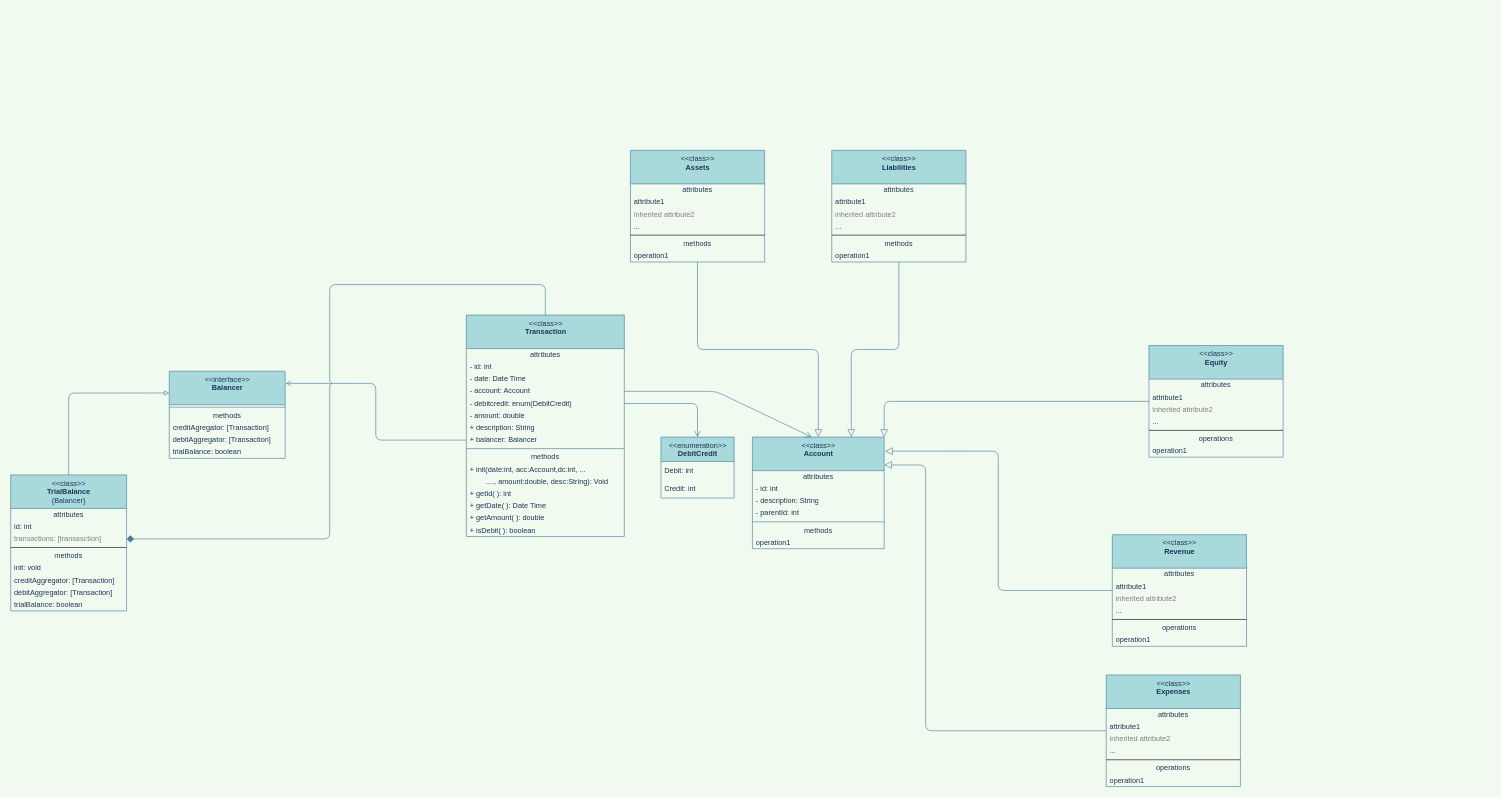
Above: page "Class Main" (2 of 2) of Docs/acc.drawio in m00racle/Pos-Project (draw.io), before the change. Source tidied: cells renumbered, new cells numbered last; positions are measured from the earlier drawing's top-left corner, leaving out a move shared by most shapes. Both pictures are drawn from the tidied source at 61%, with x=0, y=0 at pixel (10, 150).
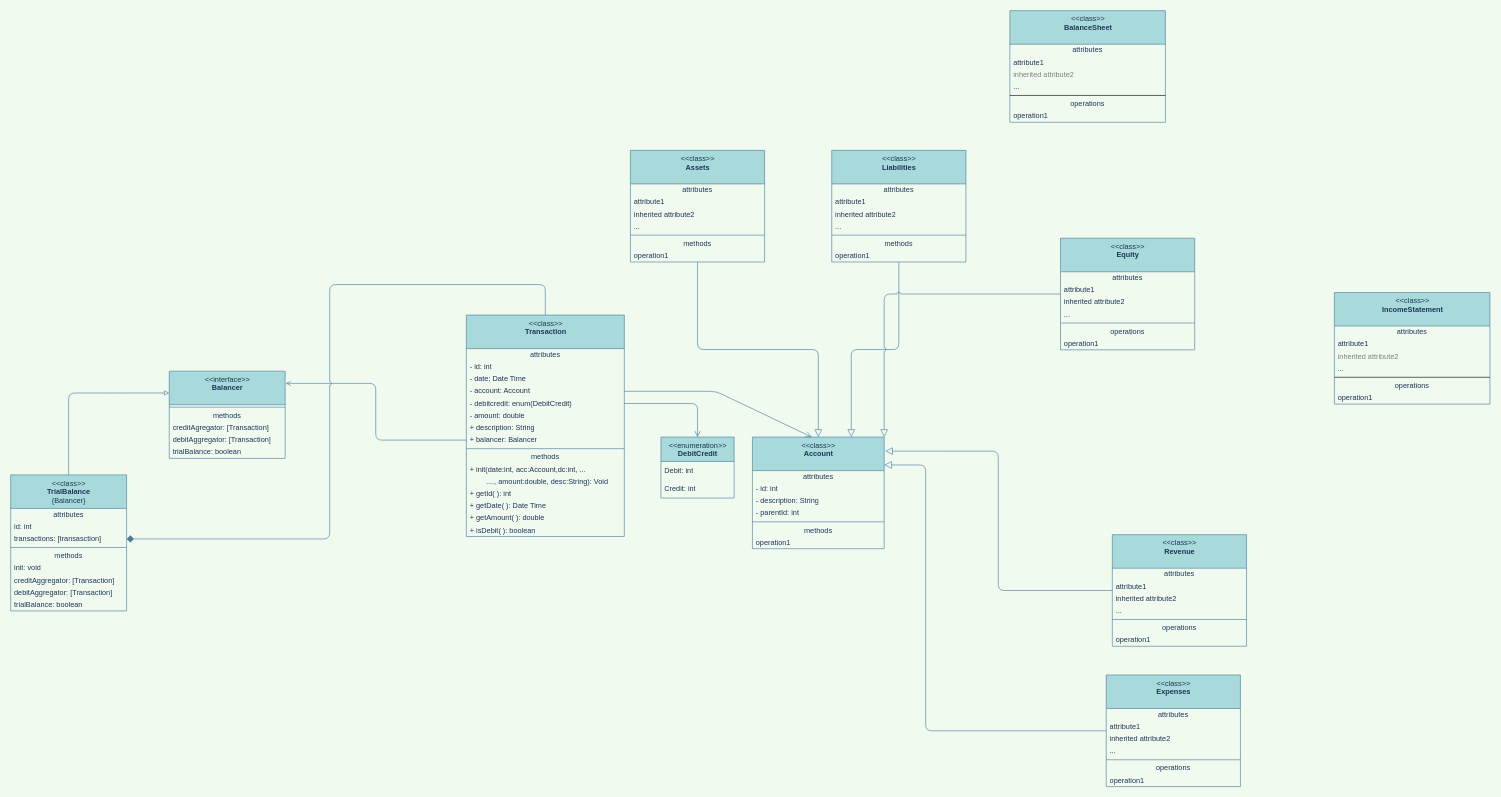
The same diagram, later.

Commit message:
add balance sheet and income statement class

This is still in consideration.
I think if the class can be the methods in one class say summarize or
reporting I think it will be better there.

The change refers to these unchanged cells:
```xml
<mxCell id="2" value="&amp;lt;&amp;lt;class&amp;gt;&amp;gt;&lt;br&gt;&lt;b&gt;Transaction&lt;/b&gt;&lt;br&gt;" style="swimlane;fontStyle=0;align=center;verticalAlign=top;horizontal=1;startSize=55;html=1;rounded=0;sketch=0;fontColor=#1D3557;strokeColor=#457B9D;fillColor=#A8DADC;" parent="1" vertex="1">
  <mxGeometry x="747" y="270" width="259" height="363" as="geometry" />
</mxCell>
<mxCell id="19" value="&amp;lt;&amp;lt;class&amp;gt;&amp;gt;&lt;br&gt;&lt;b&gt;Account&lt;/b&gt;&lt;br&gt;" style="swimlane;fontStyle=0;align=center;verticalAlign=top;horizontal=1;startSize=55;html=1;rounded=0;sketch=0;fontColor=#1D3557;strokeColor=#457B9D;fillColor=#A8DADC;" parent="1" vertex="1">
  <mxGeometry x="1216" y="470" width="216" height="183" as="geometry" />
</mxCell>
<mxCell id="32" value="&amp;lt;&amp;lt;interface&amp;gt;&amp;gt;&lt;br&gt;&lt;b&gt;Balancer&lt;/b&gt;&lt;br&gt;" style="swimlane;fontStyle=0;align=center;verticalAlign=top;horizontal=1;startSize=55;html=1;rounded=0;sketch=0;fontColor=#1D3557;strokeColor=#457B9D;fillColor=#A8DADC;" parent="1" vertex="1">
  <mxGeometry x="260" y="362" width="190" height="143" as="geometry" />
</mxCell>
<mxCell id="41" value="&amp;lt;&amp;lt;class&amp;gt;&amp;gt;&lt;br&gt;&lt;b&gt;TrialBalance&lt;br&gt;&lt;/b&gt;{Balancer}" style="swimlane;fontStyle=0;align=center;verticalAlign=top;horizontal=1;startSize=55;html=1;rounded=0;sketch=0;fontColor=#1D3557;strokeColor=#457B9D;fillColor=#A8DADC;" parent="1" vertex="1">
  <mxGeometry y="532" width="190" height="223" as="geometry" />
</mxCell>
<mxCell id="52" value="&amp;lt;&amp;lt;class&amp;gt;&amp;gt;&lt;br&gt;&lt;b&gt;Assets&lt;/b&gt;&lt;br&gt;" style="swimlane;fontStyle=0;align=center;verticalAlign=top;horizontal=1;startSize=55;html=1;rounded=0;sketch=0;fontColor=#1D3557;strokeColor=#457B9D;fillColor=#A8DADC;" parent="1" vertex="1">
  <mxGeometry x="1016" width="220" height="183" as="geometry" />
</mxCell>
<mxCell id="61" value="&amp;lt;&amp;lt;class&amp;gt;&amp;gt;&lt;br&gt;&lt;b&gt;Liabilities&lt;/b&gt;" style="swimlane;fontStyle=0;align=center;verticalAlign=top;horizontal=1;startSize=55;html=1;rounded=0;sketch=0;fontColor=#1D3557;strokeColor=#457B9D;fillColor=#A8DADC;" parent="1" vertex="1">
  <mxGeometry x="1346" width="220" height="183" as="geometry" />
</mxCell>
<mxCell id="79" value="&amp;lt;&amp;lt;class&amp;gt;&amp;gt;&lt;br&gt;&lt;b&gt;Revenue&lt;/b&gt;" style="swimlane;fontStyle=0;align=center;verticalAlign=top;horizontal=1;startSize=55;html=1;rounded=0;sketch=0;fontColor=#1D3557;strokeColor=#457B9D;fillColor=#A8DADC;" parent="1" vertex="1">
  <mxGeometry x="1806" y="630" width="220" height="183" as="geometry" />
</mxCell>
<mxCell id="88" value="&amp;lt;&amp;lt;class&amp;gt;&amp;gt;&lt;br&gt;&lt;b&gt;Expenses&lt;/b&gt;" style="swimlane;fontStyle=0;align=center;verticalAlign=top;horizontal=1;startSize=55;html=1;rounded=0;sketch=0;fontColor=#1D3557;strokeColor=#457B9D;fillColor=#A8DADC;" parent="1" vertex="1">
  <mxGeometry x="1796" y="860" width="220" height="183" as="geometry" />
</mxCell>
```

Change to the diagram source:
```diff
@@
-    <mxCell id="39" style="edgeStyle=orthogonalEdgeStyle;curved=0;rounded=1;sketch=0;jettySize=auto;html=1;entryX=0;entryY=0.25;entryDx=0;entryDy=0;fontColor=#1D3557;strokeColor=#457B9D;fillColor=#A8DADC;exitX=0.5;exitY=0;exitDx=0;exitDy=0;endArrow=block;endFill=0;" parent="1" edge="1" source="41" target="32">
+    <mxCell id="39" style="edgeStyle=orthogonalEdgeStyle;curved=0;rounded=1;sketch=0;jettySize=auto;html=1;entryX=0;entryY=0.25;entryDx=0;entryDy=0;fontColor=#1D3557;strokeColor=#457B9D;fillColor=#A8DADC;exitX=0.5;exitY=0;exitDx=0;exitDy=0;endArrow=block;endFill=0;labelBackgroundColor=#F1FAEE;" parent="1" edge="1" source="41" target="32">
       <mxGeometry relative="1" as="geometry" />
     </mxCell>
-    <mxCell id="40" style="edgeStyle=orthogonalEdgeStyle;curved=0;rounded=1;sketch=0;jettySize=auto;html=1;entryX=0.5;entryY=0;entryDx=0;entryDy=0;fontColor=#1D3557;endArrow=none;endFill=0;strokeColor=#457B9D;fillColor=#A8DADC;endSize=10;startArrow=diamond;startFill=1;startSize=10;sourcePerimeterSpacing=0;jumpStyle=arc;exitX=1;exitY=0.5;exitDx=0;exitDy=0;" parent="1" edge="1" source="44" target="2">
+    <mxCell id="40" style="edgeStyle=orthogonalEdgeStyle;curved=0;rounded=1;sketch=0;jettySize=auto;html=1;entryX=0.5;entryY=0;entryDx=0;entryDy=0;fontColor=#1D3557;endArrow=none;endFill=0;strokeColor=#457B9D;fillColor=#A8DADC;endSize=10;startArrow=diamond;startFill=1;startSize=10;sourcePerimeterSpacing=0;jumpStyle=arc;exitX=1;exitY=0.5;exitDx=0;exitDy=0;labelBackgroundColor=#F1FAEE;" parent="1" edge="1" source="44" target="2">
       <mxGeometry relative="1" as="geometry">
         <Array as="points">
           <mxPoint x="523" y="637" />
           <mxPoint x="523" y="220" />
           <mxPoint x="877" y="220" />
           <mxPoint x="877" y="270" />
         </Array>
       </mxGeometry>
     </mxCell>
@@
-    <mxCell id="44" value="transactions: [transasction]" style="text;html=1;strokeColor=none;fillColor=none;align=left;verticalAlign=middle;spacingLeft=4;spacingRight=4;overflow=hidden;points=[[0,0.5],[1,0.5]];portConstraint=eastwest;fontColor=#808080;rounded=0;sketch=0;" parent="41" vertex="1">
+    <mxCell id="44" value="transactions: [transasction]" style="text;html=1;strokeColor=none;fillColor=none;align=left;verticalAlign=middle;spacingLeft=4;spacingRight=4;overflow=hidden;points=[[0,0.5],[1,0.5]];portConstraint=eastwest;fontColor=#1D3557;rounded=0;sketch=0;" parent="41" vertex="1">
       <mxGeometry y="95" width="190" height="20" as="geometry" />
     </mxCell>
-    <mxCell id="45" style="line;strokeWidth=1;fillColor=none;align=left;verticalAlign=middle;spacingTop=-1;spacingLeft=3;spacingRight=3;labelPosition=right;rounded=0;sketch=0;fontColor=#1D3557;" parent="41" vertex="1">
+    <mxCell id="45" style="line;strokeWidth=1;fillColor=none;align=left;verticalAlign=middle;spacingTop=-1;spacingLeft=3;spacingRight=3;labelPosition=right;rounded=0;sketch=0;fontColor=#1D3557;labelBackgroundColor=#F1FAEE;strokeColor=#457B9D;" parent="41" vertex="1">
       <mxGeometry y="115" width="190" height="8" as="geometry" />
     </mxCell>
@@
-    <mxCell id="51" style="edgeStyle=orthogonalEdgeStyle;curved=0;rounded=1;sketch=0;jumpStyle=arc;jettySize=auto;html=1;entryX=0.5;entryY=0;entryDx=0;entryDy=0;fontColor=#1D3557;startArrow=none;startFill=0;endArrow=block;endFill=0;startSize=10;endSize=10;sourcePerimeterSpacing=0;strokeColor=#457B9D;fillColor=#A8DADC;" parent="1" edge="1" source="52" target="19">
+    <mxCell id="51" style="edgeStyle=orthogonalEdgeStyle;curved=0;rounded=1;sketch=0;jumpStyle=arc;jettySize=auto;html=1;entryX=0.5;entryY=0;entryDx=0;entryDy=0;fontColor=#1D3557;startArrow=none;startFill=0;endArrow=block;endFill=0;startSize=10;endSize=10;sourcePerimeterSpacing=0;strokeColor=#457B9D;fillColor=#A8DADC;labelBackgroundColor=#F1FAEE;" parent="1" edge="1" source="52" target="19">
       <mxGeometry relative="1" as="geometry" />
     </mxCell>
@@
-    <mxCell id="55" value="inherited attribute2" style="text;html=1;strokeColor=none;fillColor=none;align=left;verticalAlign=middle;spacingLeft=4;spacingRight=4;overflow=hidden;fontColor=#808080;rounded=0;sketch=0;" parent="52" vertex="1">
+    <mxCell id="55" value="inherited attribute2" style="text;html=1;strokeColor=none;fillColor=none;align=left;verticalAlign=middle;spacingLeft=4;spacingRight=4;overflow=hidden;fontColor=#1D3557;rounded=0;sketch=0;" parent="52" vertex="1">
       <mxGeometry y="95" width="220" height="20" as="geometry" />
     </mxCell>
@@
-    <mxCell id="57" style="line;strokeWidth=1;fillColor=none;align=left;verticalAlign=middle;spacingTop=-1;spacingLeft=3;spacingRight=3;labelPosition=right;rounded=0;sketch=0;fontColor=#1D3557;" parent="52" vertex="1">
+    <mxCell id="57" style="line;strokeWidth=1;fillColor=none;align=left;verticalAlign=middle;spacingTop=-1;spacingLeft=3;spacingRight=3;labelPosition=right;rounded=0;sketch=0;fontColor=#1D3557;labelBackgroundColor=#F1FAEE;strokeColor=#457B9D;" parent="52" vertex="1">
       <mxGeometry y="135" width="220" height="8" as="geometry" />
     </mxCell>
@@
-    <mxCell id="60" style="edgeStyle=orthogonalEdgeStyle;curved=0;rounded=1;sketch=0;jumpStyle=arc;jettySize=auto;html=1;entryX=0.75;entryY=0;entryDx=0;entryDy=0;fontColor=#1D3557;startArrow=none;startFill=0;endArrow=block;endFill=0;startSize=10;endSize=10;sourcePerimeterSpacing=0;strokeColor=#457B9D;fillColor=#A8DADC;" parent="1" edge="1" source="61" target="19">
+    <mxCell id="60" style="edgeStyle=orthogonalEdgeStyle;curved=0;rounded=1;sketch=0;jumpStyle=arc;jettySize=auto;html=1;entryX=0.75;entryY=0;entryDx=0;entryDy=0;fontColor=#1D3557;startArrow=none;startFill=0;endArrow=block;endFill=0;startSize=10;endSize=10;sourcePerimeterSpacing=0;strokeColor=#457B9D;fillColor=#A8DADC;labelBackgroundColor=#F1FAEE;" parent="1" edge="1" source="61" target="19">
       <mxGeometry relative="1" as="geometry" />
     </mxCell>
@@
-    <mxCell id="64" value="inherited attribute2" style="text;html=1;strokeColor=none;fillColor=none;align=left;verticalAlign=middle;spacingLeft=4;spacingRight=4;overflow=hidden;fontColor=#808080;rounded=0;sketch=0;" parent="61" vertex="1">
+    <mxCell id="64" value="inherited attribute2" style="text;html=1;strokeColor=none;fillColor=none;align=left;verticalAlign=middle;spacingLeft=4;spacingRight=4;overflow=hidden;fontColor=#1D3557;rounded=0;sketch=0;" parent="61" vertex="1">
       <mxGeometry y="95" width="220" height="20" as="geometry" />
     </mxCell>
@@
-    <mxCell id="66" style="line;strokeWidth=1;fillColor=none;align=left;verticalAlign=middle;spacingTop=-1;spacingLeft=3;spacingRight=3;labelPosition=right;rounded=0;sketch=0;fontColor=#1D3557;" parent="61" vertex="1">
+    <mxCell id="66" style="line;strokeWidth=1;fillColor=none;align=left;verticalAlign=middle;spacingTop=-1;spacingLeft=3;spacingRight=3;labelPosition=right;rounded=0;sketch=0;fontColor=#1D3557;labelBackgroundColor=#F1FAEE;strokeColor=#457B9D;" parent="61" vertex="1">
       <mxGeometry y="135" width="220" height="8" as="geometry" />
     </mxCell>
@@
-    <mxCell id="69" style="edgeStyle=orthogonalEdgeStyle;curved=0;rounded=1;sketch=0;jumpStyle=arc;jettySize=auto;html=1;entryX=1;entryY=0;entryDx=0;entryDy=0;fontColor=#1D3557;startArrow=none;startFill=0;endArrow=block;endFill=0;startSize=10;endSize=10;sourcePerimeterSpacing=0;strokeColor=#457B9D;fillColor=#A8DADC;" parent="1" edge="1" source="70" target="19">
+    <mxCell id="69" style="edgeStyle=orthogonalEdgeStyle;curved=0;rounded=1;sketch=0;jumpStyle=arc;jettySize=auto;html=1;entryX=1;entryY=0;entryDx=0;entryDy=0;fontColor=#1D3557;startArrow=none;startFill=0;endArrow=block;endFill=0;startSize=10;endSize=10;sourcePerimeterSpacing=0;strokeColor=#457B9D;fillColor=#A8DADC;labelBackgroundColor=#F1FAEE;" parent="1" edge="1" source="70" target="19">
       <mxGeometry relative="1" as="geometry" />
     </mxCell>
     <mxCell id="70" value="&amp;lt;&amp;lt;class&amp;gt;&amp;gt;&lt;br&gt;&lt;b&gt;Equity&lt;/b&gt;" style="swimlane;fontStyle=0;align=center;verticalAlign=top;horizontal=1;startSize=55;html=1;rounded=0;sketch=0;fontColor=#1D3557;strokeColor=#457B9D;fillColor=#A8DADC;" parent="1" vertex="1">
-      <mxGeometry x="1866" y="320" width="220" height="183" as="geometry" />
+      <mxGeometry x="1721" y="144" width="220" height="183" as="geometry" />
     </mxCell>
@@
-    <mxCell id="73" value="inherited attribute2" style="text;html=1;strokeColor=none;fillColor=none;align=left;verticalAlign=middle;spacingLeft=4;spacingRight=4;overflow=hidden;fontColor=#808080;rounded=0;sketch=0;" parent="70" vertex="1">
+    <mxCell id="73" value="inherited attribute2" style="text;html=1;strokeColor=none;fillColor=none;align=left;verticalAlign=middle;spacingLeft=4;spacingRight=4;overflow=hidden;fontColor=#1D3557;rounded=0;sketch=0;" parent="70" vertex="1">
       <mxGeometry y="95" width="220" height="20" as="geometry" />
     </mxCell>
@@
-    <mxCell id="75" style="line;strokeWidth=1;fillColor=none;align=left;verticalAlign=middle;spacingTop=-1;spacingLeft=3;spacingRight=3;labelPosition=right;rounded=0;sketch=0;fontColor=#1D3557;" parent="70" vertex="1">
+    <mxCell id="75" style="line;strokeWidth=1;fillColor=none;align=left;verticalAlign=middle;spacingTop=-1;spacingLeft=3;spacingRight=3;labelPosition=right;rounded=0;sketch=0;fontColor=#1D3557;labelBackgroundColor=#F1FAEE;strokeColor=#457B9D;" parent="70" vertex="1">
       <mxGeometry y="135" width="220" height="8" as="geometry" />
     </mxCell>
@@
-    <mxCell id="78" style="edgeStyle=orthogonalEdgeStyle;curved=0;rounded=1;sketch=0;jumpStyle=arc;jettySize=auto;html=1;entryX=1.007;entryY=0.126;entryDx=0;entryDy=0;entryPerimeter=0;fontColor=#1D3557;startArrow=none;startFill=0;endArrow=block;endFill=0;startSize=10;endSize=10;sourcePerimeterSpacing=0;strokeColor=#457B9D;fillColor=#A8DADC;" parent="1" edge="1" source="79" target="19">
+    <mxCell id="78" style="edgeStyle=orthogonalEdgeStyle;curved=0;rounded=1;sketch=0;jumpStyle=arc;jettySize=auto;html=1;entryX=1.007;entryY=0.126;entryDx=0;entryDy=0;entryPerimeter=0;fontColor=#1D3557;startArrow=none;startFill=0;endArrow=block;endFill=0;startSize=10;endSize=10;sourcePerimeterSpacing=0;strokeColor=#457B9D;fillColor=#A8DADC;labelBackgroundColor=#F1FAEE;" parent="1" edge="1" source="79" target="19">
       <mxGeometry relative="1" as="geometry" />
     </mxCell>
@@
-    <mxCell id="82" value="inherited attribute2" style="text;html=1;strokeColor=none;fillColor=none;align=left;verticalAlign=middle;spacingLeft=4;spacingRight=4;overflow=hidden;fontColor=#808080;rounded=0;sketch=0;" parent="79" vertex="1">
+    <mxCell id="82" value="inherited attribute2" style="text;html=1;strokeColor=none;fillColor=none;align=left;verticalAlign=middle;spacingLeft=4;spacingRight=4;overflow=hidden;fontColor=#1D3557;rounded=0;sketch=0;" parent="79" vertex="1">
       <mxGeometry y="95" width="220" height="20" as="geometry" />
     </mxCell>
@@
-    <mxCell id="84" style="line;strokeWidth=1;fillColor=none;align=left;verticalAlign=middle;spacingTop=-1;spacingLeft=3;spacingRight=3;labelPosition=right;rounded=0;sketch=0;fontColor=#1D3557;" parent="79" vertex="1">
+    <mxCell id="84" style="line;strokeWidth=1;fillColor=none;align=left;verticalAlign=middle;spacingTop=-1;spacingLeft=3;spacingRight=3;labelPosition=right;rounded=0;sketch=0;fontColor=#1D3557;labelBackgroundColor=#F1FAEE;strokeColor=#457B9D;" parent="79" vertex="1">
       <mxGeometry y="135" width="220" height="8" as="geometry" />
     </mxCell>
@@
-    <mxCell id="87" style="edgeStyle=orthogonalEdgeStyle;curved=0;rounded=1;sketch=0;jumpStyle=arc;jettySize=auto;html=1;entryX=1;entryY=0.25;entryDx=0;entryDy=0;fontColor=#1D3557;startArrow=none;startFill=0;endArrow=block;endFill=0;startSize=10;endSize=10;sourcePerimeterSpacing=0;strokeColor=#457B9D;fillColor=#A8DADC;" parent="1" edge="1" source="88" target="19">
+    <mxCell id="87" style="edgeStyle=orthogonalEdgeStyle;curved=0;rounded=1;sketch=0;jumpStyle=arc;jettySize=auto;html=1;entryX=1;entryY=0.25;entryDx=0;entryDy=0;fontColor=#1D3557;startArrow=none;startFill=0;endArrow=block;endFill=0;startSize=10;endSize=10;sourcePerimeterSpacing=0;strokeColor=#457B9D;fillColor=#A8DADC;labelBackgroundColor=#F1FAEE;" parent="1" edge="1" source="88" target="19">
       <mxGeometry relative="1" as="geometry">
         <Array as="points">
           <mxPoint x="1500" y="951" />
           <mxPoint x="1500" y="516" />
         </Array>
       </mxGeometry>
     </mxCell>
@@
-    <mxCell id="91" value="inherited attribute2" style="text;html=1;strokeColor=none;fillColor=none;align=left;verticalAlign=middle;spacingLeft=4;spacingRight=4;overflow=hidden;fontColor=#808080;rounded=0;sketch=0;" parent="88" vertex="1">
+    <mxCell id="91" value="inherited attribute2" style="text;html=1;strokeColor=none;fillColor=none;align=left;verticalAlign=middle;spacingLeft=4;spacingRight=4;overflow=hidden;fontColor=#1D3557;rounded=0;sketch=0;" parent="88" vertex="1">
       <mxGeometry y="95" width="220" height="20" as="geometry" />
     </mxCell>
@@
-    <mxCell id="93" style="line;strokeWidth=1;fillColor=none;align=left;verticalAlign=middle;spacingTop=-1;spacingLeft=3;spacingRight=3;labelPosition=right;rounded=0;sketch=0;fontColor=#1D3557;" parent="88" vertex="1">
+    <mxCell id="93" style="line;strokeWidth=1;fillColor=none;align=left;verticalAlign=middle;spacingTop=-1;spacingLeft=3;spacingRight=3;labelPosition=right;rounded=0;sketch=0;fontColor=#1D3557;labelBackgroundColor=#F1FAEE;strokeColor=#457B9D;" parent="88" vertex="1">
       <mxGeometry y="135" width="220" height="8" as="geometry" />
     </mxCell>
@@
+    <mxCell id="96" value="&amp;lt;&amp;lt;class&amp;gt;&amp;gt;&lt;br&gt;&lt;b&gt;BalanceSheet&lt;/b&gt;&lt;br&gt;" style="swimlane;fontStyle=0;align=center;verticalAlign=top;horizontal=1;startSize=55;html=1;rounded=0;sketch=0;fontColor=#1D3557;strokeColor=#457B9D;fillColor=#A8DADC;" parent="1" vertex="1">
+      <mxGeometry x="1638" y="-229" width="255" height="183" as="geometry" />
+    </mxCell>
+    <mxCell id="97" value="attributes" style="text;html=1;strokeColor=none;fillColor=none;align=center;verticalAlign=middle;spacingLeft=4;spacingRight=4;overflow=hidden;rounded=0;sketch=0;fontColor=#1D3557;" parent="96" vertex="1">
+      <mxGeometry y="55" width="255" height="20" as="geometry" />
+    </mxCell>
+    <mxCell id="98" value="attribute1" style="text;html=1;strokeColor=none;fillColor=none;align=left;verticalAlign=middle;spacingLeft=4;spacingRight=4;overflow=hidden;rounded=0;sketch=0;fontColor=#1D3557;" parent="96" vertex="1">
+      <mxGeometry y="75" width="255" height="20" as="geometry" />
+    </mxCell>
+    <mxCell id="99" value="inherited attribute2" style="text;html=1;strokeColor=none;fillColor=none;align=left;verticalAlign=middle;spacingLeft=4;spacingRight=4;overflow=hidden;fontColor=#808080;rounded=0;sketch=0;" parent="96" vertex="1">
+      <mxGeometry y="95" width="255" height="20" as="geometry" />
+    </mxCell>
+    <mxCell id="100" value="..." style="text;html=1;strokeColor=none;fillColor=none;align=left;verticalAlign=middle;spacingLeft=4;spacingRight=4;overflow=hidden;rounded=0;sketch=0;fontColor=#1D3557;" parent="96" vertex="1">
+      <mxGeometry y="115" width="255" height="20" as="geometry" />
+    </mxCell>
+    <mxCell id="101" style="line;strokeWidth=1;fillColor=none;align=left;verticalAlign=middle;spacingTop=-1;spacingLeft=3;spacingRight=3;labelPosition=right;rounded=0;sketch=0;fontColor=#1D3557;" parent="96" vertex="1">
+      <mxGeometry y="135" width="255" height="8" as="geometry" />
+    </mxCell>
+    <mxCell id="102" value="operations" style="text;html=1;strokeColor=none;fillColor=none;align=center;verticalAlign=middle;spacingLeft=4;spacingRight=4;overflow=hidden;rounded=0;sketch=0;fontColor=#1D3557;" parent="96" vertex="1">
+      <mxGeometry y="143" width="255" height="20" as="geometry" />
+    </mxCell>
+    <mxCell id="103" value="operation1" style="text;html=1;strokeColor=none;fillColor=none;align=left;verticalAlign=middle;spacingLeft=4;spacingRight=4;overflow=hidden;rounded=0;sketch=0;fontColor=#1D3557;" parent="96" vertex="1">
+      <mxGeometry y="163" width="255" height="20" as="geometry" />
+    </mxCell>
+    <mxCell id="104" value="&amp;lt;&amp;lt;class&amp;gt;&amp;gt;&lt;br&gt;&lt;b&gt;IncomeStatement&lt;/b&gt;" style="swimlane;fontStyle=0;align=center;verticalAlign=top;horizontal=1;startSize=55;html=1;rounded=0;sketch=0;fontColor=#1D3557;strokeColor=#457B9D;fillColor=#A8DADC;" parent="1" vertex="1">
+      <mxGeometry x="2170" y="233" width="255" height="183" as="geometry" />
+    </mxCell>
+    <mxCell id="105" value="attributes" style="text;html=1;strokeColor=none;fillColor=none;align=center;verticalAlign=middle;spacingLeft=4;spacingRight=4;overflow=hidden;rounded=0;sketch=0;fontColor=#1D3557;" parent="104" vertex="1">
+      <mxGeometry y="55" width="255" height="20" as="geometry" />
+    </mxCell>
+    <mxCell id="106" value="attribute1" style="text;html=1;strokeColor=none;fillColor=none;align=left;verticalAlign=middle;spacingLeft=4;spacingRight=4;overflow=hidden;rounded=0;sketch=0;fontColor=#1D3557;" parent="104" vertex="1">
+      <mxGeometry y="75" width="255" height="20" as="geometry" />
+    </mxCell>
+    <mxCell id="107" value="inherited attribute2" style="text;html=1;strokeColor=none;fillColor=none;align=left;verticalAlign=middle;spacingLeft=4;spacingRight=4;overflow=hidden;fontColor=#808080;rounded=0;sketch=0;" parent="104" vertex="1">
+      <mxGeometry y="95" width="255" height="20" as="geometry" />
+    </mxCell>
+    <mxCell id="108" value="..." style="text;html=1;strokeColor=none;fillColor=none;align=left;verticalAlign=middle;spacingLeft=4;spacingRight=4;overflow=hidden;rounded=0;sketch=0;fontColor=#1D3557;" parent="104" vertex="1">
+      <mxGeometry y="115" width="255" height="20" as="geometry" />
+    </mxCell>
+    <mxCell id="109" style="line;strokeWidth=1;fillColor=none;align=left;verticalAlign=middle;spacingTop=-1;spacingLeft=3;spacingRight=3;labelPosition=right;rounded=0;sketch=0;fontColor=#1D3557;" parent="104" vertex="1">
+      <mxGeometry y="135" width="255" height="8" as="geometry" />
+    </mxCell>
+    <mxCell id="110" value="operations" style="text;html=1;strokeColor=none;fillColor=none;align=center;verticalAlign=middle;spacingLeft=4;spacingRight=4;overflow=hidden;rounded=0;sketch=0;fontColor=#1D3557;" parent="104" vertex="1">
+      <mxGeometry y="143" width="255" height="20" as="geometry" />
+    </mxCell>
+    <mxCell id="111" value="operation1" style="text;html=1;strokeColor=none;fillColor=none;align=left;verticalAlign=middle;spacingLeft=4;spacingRight=4;overflow=hidden;rounded=0;sketch=0;fontColor=#1D3557;" parent="104" vertex="1">
+      <mxGeometry y="163" width="255" height="20" as="geometry" />
+    </mxCell>
```
